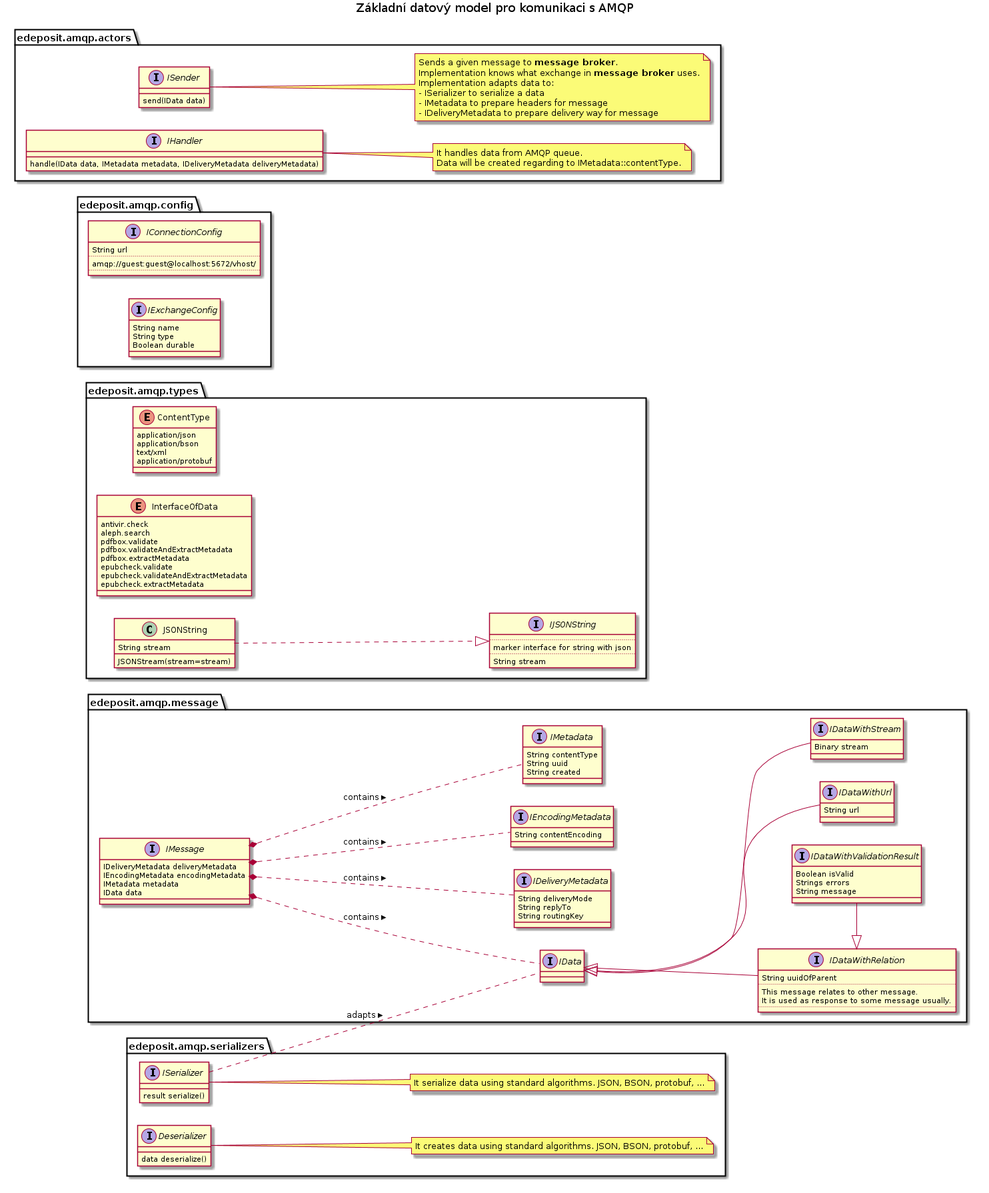
Above: docs/middleware/dm00.png in edeposit/edeposit (PlantUML), before the change.
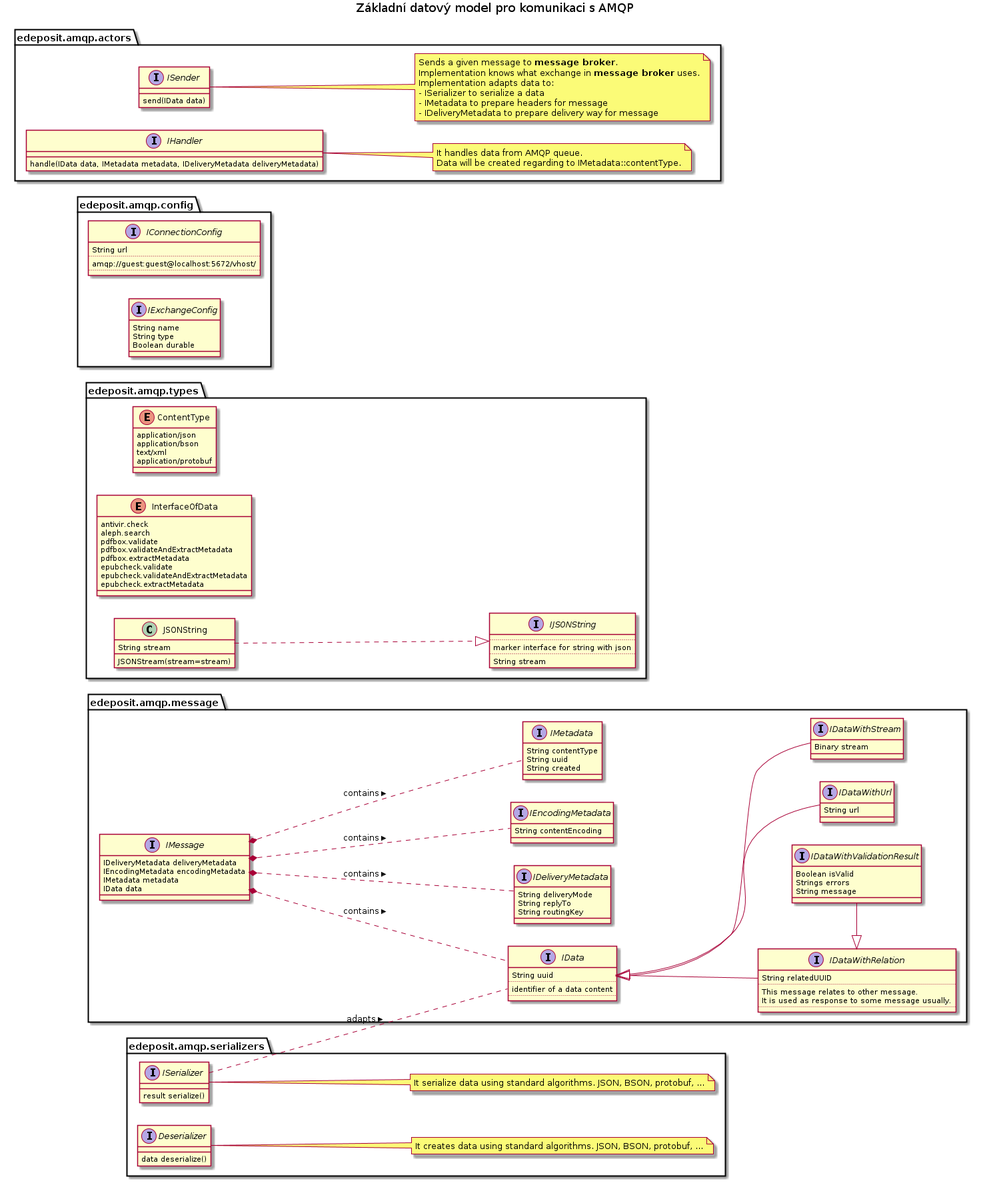
Above is the later version.

Commit message:
fixed typo with uuid in IData. fixed jstavel/edeposit.amqp#1

Diff of the diagram source:
```diff
@@ -71,10 +71,14 @@
 }
 
 Interface IData {
+      String uuid
+      ..
+      identifier of a data content
+      ..
 }
 
 interface IDataWithRelation {
-      String uuidOfParent
+      String relatedUUID
       ..
       This message relates to other message.
       It is used as response to some message usually.
```
